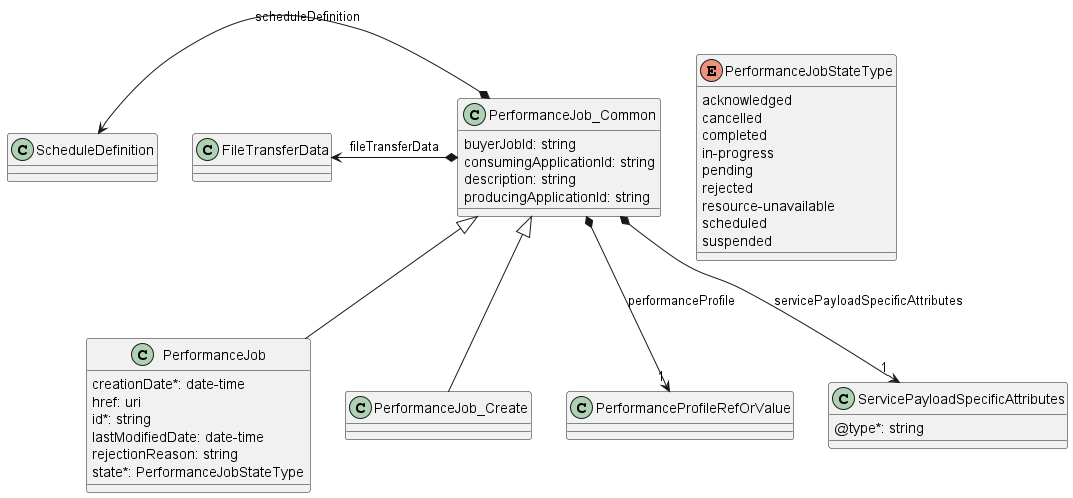
Earlier version of the PlantUML export documentation/serviceApi/pm/performance/media/performanceJobModel.png (MEF-GIT/MEF-LSO-Legato-SDK).
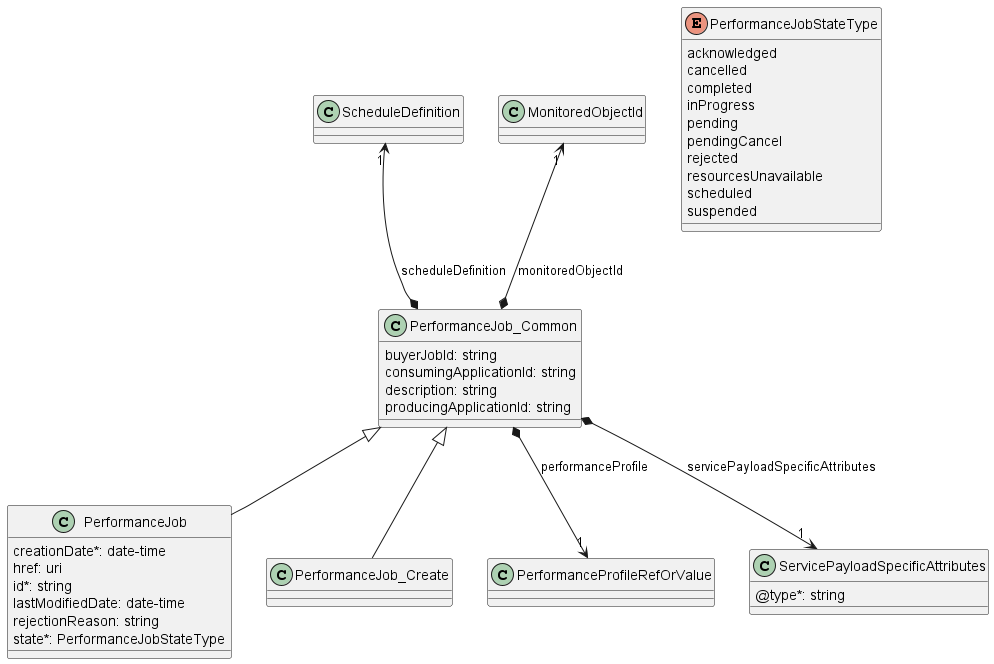
After the commit.

What changed in the source:
```diff
@@ -18,10 +18,11 @@
     acknowledged
     cancelled
     completed
-    in-progress
+    inProgress
     pending
+    pendingCancel
     rejected
-    resource-unavailable
+    resourcesUnavailable
     scheduled
     suspended
 }
@@ -39,9 +40,9 @@
 PerformanceJob_Common <|-- PerformanceJob_Create
 
 
-PerformanceJob_Common *-l-> FileTransferData : fileTransferData
+PerformanceJob_Common *-u->"1" MonitoredObjectId : monitoredObjectId
 PerformanceJob_Common *-->"1" PerformanceProfileRefOrValue : performanceProfile
-PerformanceJob_Common *-l-> ScheduleDefinition : scheduleDefinition
+PerformanceJob_Common *-u->"1" ScheduleDefinition : scheduleDefinition
 PerformanceJob_Common *-->"1" ServicePayloadSpecificAttributes : servicePayloadSpecificAttributes
 
 class ServicePayloadSpecificAttributes {
```
